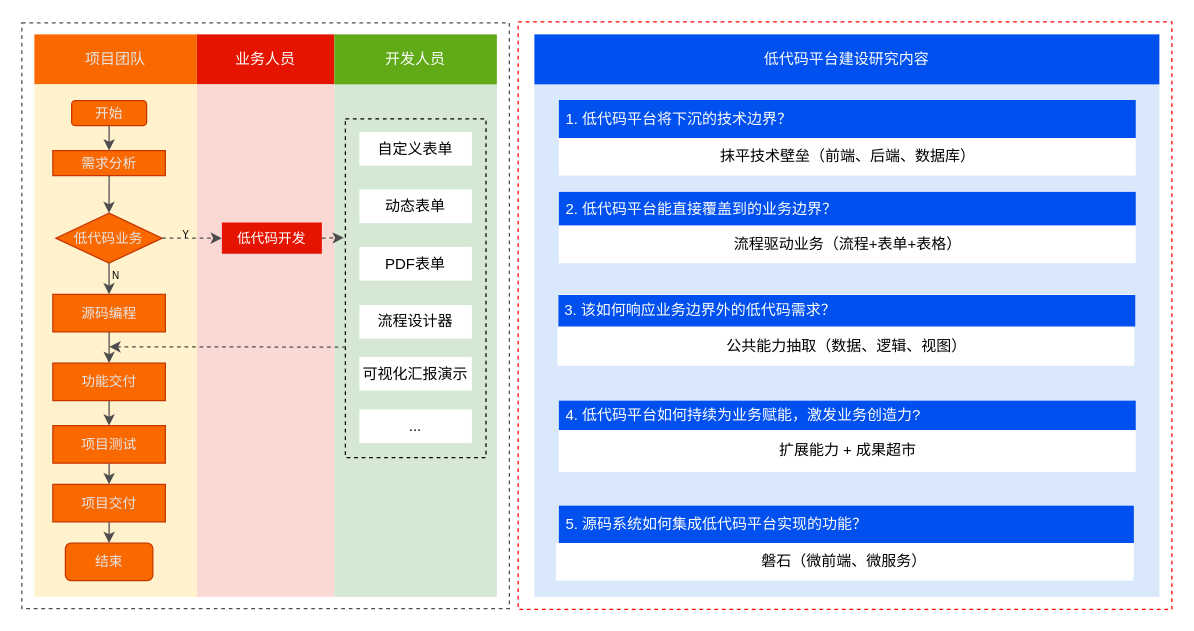
Earlier version of the draw.io diagram 低代码—研究内容——新版.drawio (tangyaosimida/love). Source tidied: cells renumbered, new cells numbered last; positions are measured from the earlier drawing's top-left corner, leaving out a move shared by most shapes. Both pictures are drawn from the tidied source at 125%, with x=0, y=0 at pixel (21, 21).
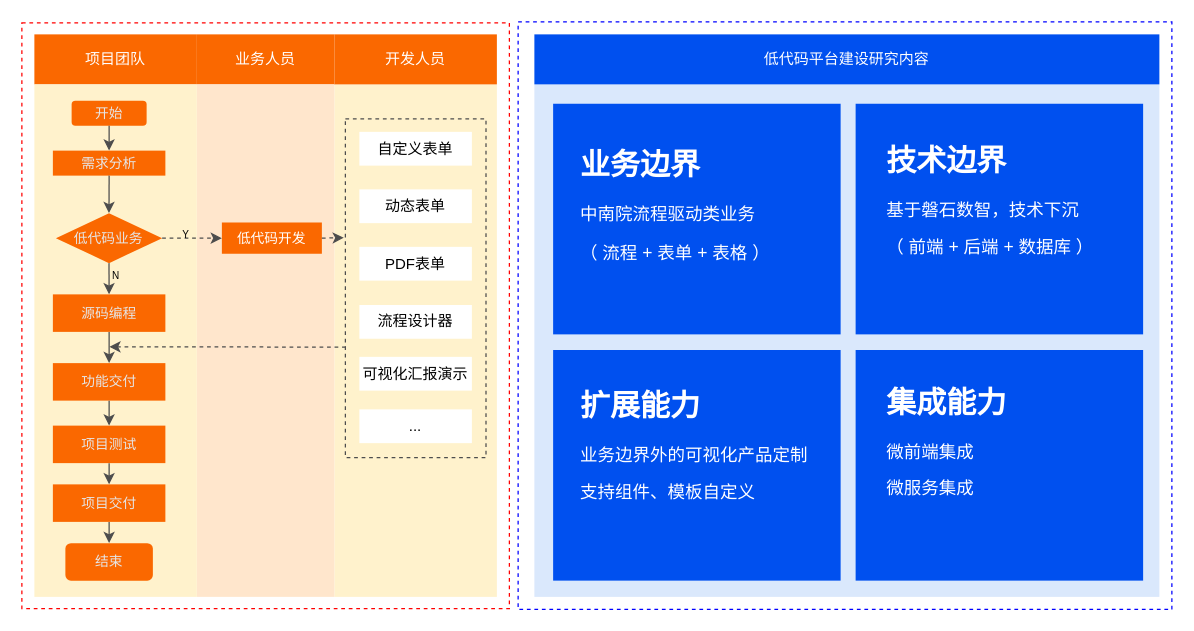
The same diagram, later.

Commit message:
更新低代码—研究内容——新版.drawio

Change to the diagram source:
```diff
@@
-    <mxCell id="3" style="rounded=0;whiteSpace=wrap;html=1;strokeColor=none;" parent="1" vertex="1">
-      <mxGeometry x="429.6" y="387" width="460" height="57" as="geometry" />
-    </mxCell>
-    <mxCell id="4" style="rounded=0;whiteSpace=wrap;html=1;fillColor=none;strokeColor=#4D4D4D;strokeWidth=1;dashed=1;" parent="1" vertex="1">
+    <mxCell id="4" style="rounded=0;whiteSpace=wrap;html=1;fillColor=none;strokeColor=#FF0000;strokeWidth=1;dashed=1;gradientColor=#7ea6e0;" parent="1" vertex="1">
       <mxGeometry y="0.8" width="390" height="468.5" as="geometry" />
     </mxCell>
-    <mxCell id="5" style="rounded=0;whiteSpace=wrap;html=1;fillColor=#d5e8d4;strokeColor=none;" parent="1" vertex="1">
+    <mxCell id="5" style="rounded=0;whiteSpace=wrap;html=1;fillColor=#fff2cc;strokeColor=none;" parent="1" vertex="1">
       <mxGeometry x="250" y="50" width="130" height="410" as="geometry" />
     </mxCell>
-    <mxCell id="6" style="rounded=0;whiteSpace=wrap;html=1;fillColor=none;dashed=1;" parent="1" vertex="1">
+    <mxCell id="6" style="rounded=0;whiteSpace=wrap;html=1;fillColor=none;dashed=1;strokeColor=#4D4D4D;" parent="1" vertex="1">
       <mxGeometry x="258.8" y="77.5" width="112.5" height="271" as="geometry" />
     </mxCell>
-    <mxCell id="7" value="业务人员" style="rounded=0;whiteSpace=wrap;html=1;fillColor=#e51400;fontColor=#ffffff;strokeColor=none;" parent="1" vertex="1">
+    <mxCell id="7" value="&lt;font color=&quot;#ffffff&quot;&gt;业务人员&lt;/font&gt;" style="rounded=0;whiteSpace=wrap;html=1;fillColor=#fa6800;strokeColor=none;fontColor=#000000;" parent="1" vertex="1">
       <mxGeometry x="140" y="10" width="110" height="40" as="geometry" />
     </mxCell>
-    <mxCell id="8" style="rounded=0;whiteSpace=wrap;html=1;fillColor=#fad9d5;strokeColor=none;" parent="1" vertex="1">
+    <mxCell id="8" style="rounded=0;whiteSpace=wrap;html=1;fillColor=#ffe6cc;strokeColor=none;" parent="1" vertex="1">
       <mxGeometry x="140" y="50" width="110" height="410" as="geometry" />
     </mxCell>
-    <mxCell id="9" value="&lt;font color=&quot;#e6e6e6&quot;&gt;项目团队&lt;/font&gt;" style="rounded=0;whiteSpace=wrap;html=1;fillColor=#fa6800;strokeColor=none;fontColor=#000000;" parent="1" vertex="1">
+    <mxCell id="9" value="&lt;font color=&quot;#ffffff&quot;&gt;项目团队&lt;/font&gt;" style="rounded=0;whiteSpace=wrap;html=1;fillColor=#fa6800;strokeColor=none;fontColor=#000000;" parent="1" vertex="1">
       <mxGeometry x="10" y="10" width="130" height="40" as="geometry" />
     </mxCell>
@@
-    <mxCell id="11" value="开始" style="rounded=1;whiteSpace=wrap;html=1;strokeColor=#C73500;fontSize=11;fillColor=#fa6800;fontColor=#E6E6E6;" parent="1" vertex="1">
+    <mxCell id="11" value="开始" style="rounded=1;whiteSpace=wrap;html=1;strokeColor=none;fontSize=11;fillColor=#fa6800;fontColor=#E6E6E6;" parent="1" vertex="1">
       <mxGeometry x="39.8" y="63" width="60" height="20" as="geometry" />
     </mxCell>
-    <mxCell id="12" value="&lt;font style=&quot;font-size: 11px;&quot;&gt;低代码业务&lt;/font&gt;" style="rhombus;whiteSpace=wrap;html=1;strokeColor=#C73500;fontSize=11;fillColor=#fa6800;fontColor=#E6E6E6;" parent="1" vertex="1">
+    <mxCell id="12" value="&lt;font style=&quot;font-size: 11px;&quot;&gt;低代码业务&lt;/font&gt;" style="rhombus;whiteSpace=wrap;html=1;strokeColor=none;fontSize=11;fillColor=#fa6800;fontColor=#E6E6E6;" parent="1" vertex="1">
       <mxGeometry x="27.2" y="153" width="85" height="40" as="geometry" />
     </mxCell>
-    <mxCell id="13" value="需求分析" style="rounded=0;whiteSpace=wrap;html=1;strokeColor=#C73500;fontSize=11;fillColor=#fa6800;fontColor=#E6E6E6;" parent="1" vertex="1">
+    <mxCell id="13" value="需求分析" style="rounded=0;whiteSpace=wrap;html=1;strokeColor=none;fontSize=11;fillColor=#fa6800;fontColor=#E6E6E6;" parent="1" vertex="1">
       <mxGeometry x="24.8" y="103" width="90" height="20" as="geometry" />
     </mxCell>
-    <mxCell id="14" value="结束" style="rounded=1;whiteSpace=wrap;html=1;strokeColor=#C73500;fontSize=11;fillColor=#fa6800;fontColor=#E6E6E6;" parent="1" vertex="1">
+    <mxCell id="14" value="结束" style="rounded=1;whiteSpace=wrap;html=1;strokeColor=none;fontSize=11;fillColor=#fa6800;fontColor=#E6E6E6;" parent="1" vertex="1">
       <mxGeometry x="34.8" y="417" width="70" height="30" as="geometry" />
     </mxCell>
-    <mxCell id="15" value="项目测试" style="rounded=0;whiteSpace=wrap;html=1;strokeColor=#C73500;fontSize=11;fillColor=#fa6800;fontColor=#E6E6E6;" parent="1" vertex="1">
+    <mxCell id="15" value="项目测试" style="rounded=0;whiteSpace=wrap;html=1;strokeColor=none;fontSize=11;fillColor=#fa6800;fontColor=#E6E6E6;" parent="1" vertex="1">
       <mxGeometry x="24.8" y="323" width="90" height="30" as="geometry" />
     </mxCell>
-    <mxCell id="16" value="源码编程" style="rounded=0;whiteSpace=wrap;html=1;strokeColor=#C73500;fontSize=11;fillColor=#fa6800;fontColor=#E6E6E6;" parent="1" vertex="1">
+    <mxCell id="16" value="源码编程" style="rounded=0;whiteSpace=wrap;html=1;strokeColor=none;fontSize=11;fillColor=#fa6800;fontColor=#E6E6E6;" parent="1" vertex="1">
       <mxGeometry x="24.8" y="218" width="90" height="30" as="geometry" />
     </mxCell>
-    <mxCell id="17" value="项目交付" style="rounded=0;whiteSpace=wrap;html=1;strokeColor=#C73500;fontSize=11;fillColor=#fa6800;fontColor=#E6E6E6;" parent="1" vertex="1">
+    <mxCell id="17" value="项目交付" style="rounded=0;whiteSpace=wrap;html=1;strokeColor=none;fontSize=11;fillColor=#fa6800;fontColor=#E6E6E6;" parent="1" vertex="1">
       <mxGeometry x="24.8" y="370" width="90" height="30" as="geometry" />
     </mxCell>
@@
-    <mxCell id="25" value="功能交付" style="rounded=0;whiteSpace=wrap;html=1;strokeColor=#C73500;fontSize=11;fillColor=#fa6800;fontColor=#E6E6E6;" parent="1" vertex="1">
+    <mxCell id="25" value="功能交付" style="rounded=0;whiteSpace=wrap;html=1;strokeColor=none;fontSize=11;fillColor=#fa6800;fontColor=#E6E6E6;" parent="1" vertex="1">
       <mxGeometry x="24.8" y="273" width="90" height="30" as="geometry" />
     </mxCell>
@@
-    <mxCell id="27" value="低代码开发" style="rounded=0;whiteSpace=wrap;html=1;fillColor=#e51400;fontColor=#ffffff;strokeColor=none;fontSize=11;" parent="1" vertex="1">
+    <mxCell id="27" value="&lt;font color=&quot;#ffffff&quot;&gt;低代码开发&lt;/font&gt;" style="rounded=0;whiteSpace=wrap;html=1;fillColor=#fa6800;fontColor=#000000;strokeColor=none;fontSize=11;" parent="1" vertex="1">
       <mxGeometry x="160" y="160.5" width="80" height="25" as="geometry" />
     </mxCell>
@@
-    <mxCell id="30" value="开发人员" style="rounded=0;whiteSpace=wrap;html=1;fillColor=#60a917;fontColor=#ffffff;strokeColor=none;" parent="1" vertex="1">
+    <mxCell id="30" value="&lt;font color=&quot;#ffffff&quot;&gt;开发人员&lt;/font&gt;" style="rounded=0;whiteSpace=wrap;html=1;fillColor=#fa6800;strokeColor=none;fontColor=#000000;" parent="1" vertex="1">
       <mxGeometry x="250" y="10" width="130" height="40" as="geometry" />
     </mxCell>
@@
-    <mxCell id="39" style="rounded=0;whiteSpace=wrap;html=1;fillColor=none;strokeColor=#FF0000;strokeWidth=1;dashed=1;" parent="1" vertex="1">
+    <mxCell id="39" style="rounded=0;whiteSpace=wrap;html=1;fillColor=none;strokeColor=#0000FF;strokeWidth=1;dashed=1;" parent="1" vertex="1">
       <mxGeometry x="397" width="523" height="470" as="geometry" />
     </mxCell>
@@
-    <mxCell id="41" style="rounded=0;whiteSpace=wrap;html=1;strokeColor=none;" parent="1" vertex="1">
-      <mxGeometry x="429.6" y="136" width="460" height="57" as="geometry" />
-    </mxCell>
-    <mxCell id="42" style="rounded=0;whiteSpace=wrap;html=1;strokeColor=none;" parent="1" vertex="1">
-      <mxGeometry x="429.6" y="303" width="460" height="57" as="geometry" />
-    </mxCell>
-    <mxCell id="43" style="rounded=0;whiteSpace=wrap;html=1;strokeColor=none;" parent="1" vertex="1">
-      <mxGeometry x="429.6" y="62.5" width="460" height="57" as="geometry" />
-    </mxCell>
-    <mxCell id="44" style="rounded=0;whiteSpace=wrap;html=1;strokeColor=none;" parent="1" vertex="1">
-      <mxGeometry x="429.2" y="218" width="460" height="57" as="geometry" />
-    </mxCell>
-    <mxCell id="45" value="&amp;nbsp;2. 低代码平台能直接覆盖到的业务边界？" style="rounded=0;whiteSpace=wrap;html=1;fillColor=#0050ef;fontColor=#ffffff;strokeColor=none;align=left;" parent="1" vertex="1">
-      <mxGeometry x="429.6" y="136" width="461.5" height="27" as="geometry" />
-    </mxCell>
-    <mxCell id="46" value="流程驱动业务（流程+表单+表格）" style="rounded=0;whiteSpace=wrap;html=1;align=center;strokeColor=none;" parent="1" vertex="1">
-      <mxGeometry x="429.6" y="163" width="461.5" height="30" as="geometry" />
-    </mxCell>
-    <mxCell id="47" value="&amp;nbsp;4. 低代码平台如何持续为业务赋能，激发业务创造力?" style="rounded=0;whiteSpace=wrap;html=1;fillColor=#0050ef;fontColor=#ffffff;strokeColor=none;align=left;" parent="1" vertex="1">
-      <mxGeometry x="429.6" y="303" width="461.5" height="23.5" as="geometry" />
-    </mxCell>
-    <mxCell id="48" value="&amp;nbsp;1. 低代码平台将下沉的技术边界？" style="rounded=0;whiteSpace=wrap;html=1;fillColor=#0050ef;fontColor=#ffffff;strokeColor=none;align=left;" parent="1" vertex="1">
-      <mxGeometry x="429.6" y="62.5" width="461.5" height="30.5" as="geometry" />
+    <mxCell id="48" style="rounded=0;whiteSpace=wrap;html=1;fillColor=#0050ef;fontColor=#ffffff;strokeColor=none;align=left;" parent="1" vertex="1">
+      <mxGeometry x="425" y="65.5" width="230" height="184.5" as="geometry" />
     </mxCell>
-    <mxCell id="49" value="&amp;nbsp;3. 该如何响应业务边界外的低代码需求？" style="rounded=0;whiteSpace=wrap;html=1;fillColor=#0050ef;fontColor=#ffffff;strokeColor=none;align=left;" parent="1" vertex="1">
-      <mxGeometry x="429.2" y="218.5" width="461.5" height="25.2" as="geometry" />
-    </mxCell>
-    <mxCell id="50" value="&amp;nbsp;5. 源码系统如何集成低代码平台实现的功能？" style="rounded=0;whiteSpace=wrap;html=1;fillColor=#0050ef;fontColor=#ffffff;strokeColor=none;align=left;" parent="1" vertex="1">
-      <mxGeometry x="429.6" y="387" width="460" height="30" as="geometry" />
-    </mxCell>
-    <mxCell id="51" value="公共能力抽取（数据、逻辑、视图）" style="rounded=0;whiteSpace=wrap;html=1;align=center;strokeColor=none;" parent="1" vertex="1">
-      <mxGeometry x="428.5" y="245" width="461.5" height="30" as="geometry" />
-    </mxCell>
-    <mxCell id="52" value="扩展能力 + 成果超市" style="rounded=0;whiteSpace=wrap;html=1;align=center;strokeColor=none;" parent="1" vertex="1">
-      <mxGeometry x="429.6" y="326.5" width="461.5" height="33.5" as="geometry" />
-    </mxCell>
-    <mxCell id="53" value="抹平技术壁垒（前端、后端、数据库）" style="rounded=0;whiteSpace=wrap;html=1;align=center;strokeColor=none;" parent="1" vertex="1">
-      <mxGeometry x="429.6" y="93" width="461.5" height="30" as="geometry" />
-    </mxCell>
-    <mxCell id="54" value="磐石（微前端、微服务）" style="rounded=0;whiteSpace=wrap;html=1;align=center;strokeColor=none;" parent="1" vertex="1">
-      <mxGeometry x="427.4" y="417" width="461.5" height="30" as="geometry" />
-    </mxCell>
+    <mxCell id="55" style="rounded=0;whiteSpace=wrap;html=1;fillColor=#0050ef;fontColor=#ffffff;strokeColor=none;align=left;" parent="1" vertex="1">
+      <mxGeometry x="667" y="65.5" width="230" height="184.5" as="geometry" />
+    </mxCell>
+    <mxCell id="56" style="rounded=0;whiteSpace=wrap;html=1;fillColor=#0050ef;fontColor=#ffffff;strokeColor=none;align=left;" parent="1" vertex="1">
+      <mxGeometry x="425" y="262.5" width="230" height="184.5" as="geometry" />
+    </mxCell>
+    <mxCell id="57" style="rounded=0;whiteSpace=wrap;html=1;fillColor=#0050ef;fontColor=#ffffff;strokeColor=none;align=left;" parent="1" vertex="1">
+      <mxGeometry x="667" y="262.5" width="230" height="184.5" as="geometry" />
+    </mxCell>
+    <mxCell id="58" value="&lt;h1 style=&quot;margin-top: 0px;&quot;&gt;&lt;font color=&quot;#ffffff&quot;&gt;业务边界&lt;/font&gt;&lt;/h1&gt;&lt;p style=&quot;font-size: 14px;&quot;&gt;&lt;font style=&quot;font-size: 14px;&quot; color=&quot;#ffffff&quot;&gt;中南院流程驱动类业务&lt;/font&gt;&lt;/p&gt;&lt;p style=&quot;font-size: 14px;&quot;&gt;&lt;font style=&quot;font-size: 14px;&quot; color=&quot;#ffffff&quot;&gt;&lt;font style=&quot;font-size: 14px;&quot;&gt;（ 流程 + 表单 + 表格 &lt;/font&gt;）&lt;/font&gt;&lt;/p&gt;" style="text;html=1;whiteSpace=wrap;overflow=hidden;rounded=0;" parent="1" vertex="1">
+      <mxGeometry x="445" y="93.5" width="190" height="142" as="geometry" />
+    </mxCell>
+    <mxCell id="59" value="&lt;h1 style=&quot;margin-top: 0px;&quot;&gt;&lt;font color=&quot;#ffffff&quot;&gt;技术边界&lt;/font&gt;&lt;/h1&gt;&lt;p&gt;&lt;font style=&quot;font-size: 14px;&quot; color=&quot;#ffffff&quot;&gt;&lt;font style=&quot;font-size: 14px;&quot;&gt;基于磐石数智，技术下沉&lt;/font&gt;&lt;/font&gt;&lt;span style=&quot;font-size: 14px; color: rgb(255, 255, 255); background-color: initial;&quot;&gt;&amp;nbsp;&lt;/span&gt;&lt;/p&gt;&lt;p&gt;&lt;font style=&quot;font-size: 14px;&quot; color=&quot;#ffffff&quot;&gt;（ 前端 + 后端 + 数据库 ）&lt;/font&gt;&lt;/p&gt;&lt;p&gt;&lt;br&gt;&lt;/p&gt;" style="text;html=1;whiteSpace=wrap;overflow=hidden;rounded=0;" parent="1" vertex="1">
+      <mxGeometry x="690" y="91" width="190" height="142" as="geometry" />
+    </mxCell>
+    <mxCell id="60" value="&lt;h1 style=&quot;margin-top: 0px;&quot;&gt;&lt;font color=&quot;#ffffff&quot;&gt;扩展能力&lt;/font&gt;&lt;/h1&gt;&lt;p&gt;&lt;font style=&quot;font-size: 14px;&quot; color=&quot;#ffffff&quot;&gt;业务边界外的可视化产品定制&lt;/font&gt;&lt;/p&gt;&lt;p&gt;&lt;font color=&quot;#ffffff&quot;&gt;&lt;span style=&quot;font-size: 14px;&quot;&gt;支持组件、模板自定义&lt;/span&gt;&lt;/font&gt;&lt;/p&gt;" style="text;html=1;whiteSpace=wrap;overflow=hidden;rounded=0;" parent="1" vertex="1">
+      <mxGeometry x="445" y="287.2" width="190" height="142" as="geometry" />
+    </mxCell>
+    <mxCell id="61" value="&lt;h1 style=&quot;margin-top: 0px;&quot;&gt;&lt;font color=&quot;#ffffff&quot;&gt;集成能力&lt;/font&gt;&lt;/h1&gt;&lt;p&gt;&lt;font style=&quot;font-size: 14px;&quot; color=&quot;#ffffff&quot;&gt;微前端集成&lt;/font&gt;&lt;/p&gt;&lt;p&gt;&lt;font style=&quot;font-size: 14px;&quot; color=&quot;#ffffff&quot;&gt;微服务集成&lt;/font&gt;&lt;/p&gt;" style="text;html=1;whiteSpace=wrap;overflow=hidden;rounded=0;" parent="1" vertex="1">
+      <mxGeometry x="690" y="283.8" width="190" height="142" as="geometry" />
+    </mxCell>
```
